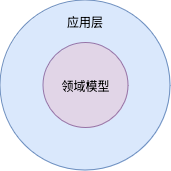
msqtt/moj keeps this draw.io diagram as docs/assets/hexagonal-architecture.drawio.png. Above is the earlier version. Source tidied: cells renumbered, new cells last; positions are measured from the earlier drawing's top-left corner, leaving out a move shared by most shapes.
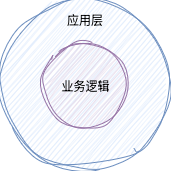
After the change.

Change to the diagram source:
```diff
@@ -2,10 +2,10 @@
   <root>
     <mxCell id="0" />
     <mxCell id="1" parent="0" />
-    <mxCell id="2" value="应用层" style="ellipse;whiteSpace=wrap;html=1;verticalAlign=top;fillColor=#dae8fc;strokeColor=#6c8ebf;horizontal=1;spacingTop=8;" parent="1" vertex="1">
+    <mxCell id="2" value="&lt;font face=&quot;Helvetica&quot;&gt;应用层&lt;/font&gt;" style="ellipse;whiteSpace=wrap;html=1;verticalAlign=top;fillColor=#dae8fc;strokeColor=#6c8ebf;horizontal=1;spacingTop=6;direction=west;sketch=1;curveFitting=1;jiggle=2;fontFamily=Helvetica;" parent="1" vertex="1">
       <mxGeometry width="170" height="170" as="geometry" />
     </mxCell>
-    <mxCell id="3" value="领域模型" style="ellipse;whiteSpace=wrap;html=1;fillColor=#e1d5e7;strokeColor=#9673a6;" parent="1" vertex="1">
+    <mxCell id="3" value="业务逻辑" style="ellipse;whiteSpace=wrap;html=1;fillColor=#e1d5e7;strokeColor=#9673a6;sketch=1;curveFitting=1;jiggle=2;" parent="1" vertex="1">
       <mxGeometry x="43" y="42.5" width="85" height="85" as="geometry" />
     </mxCell>
   </root>
```
